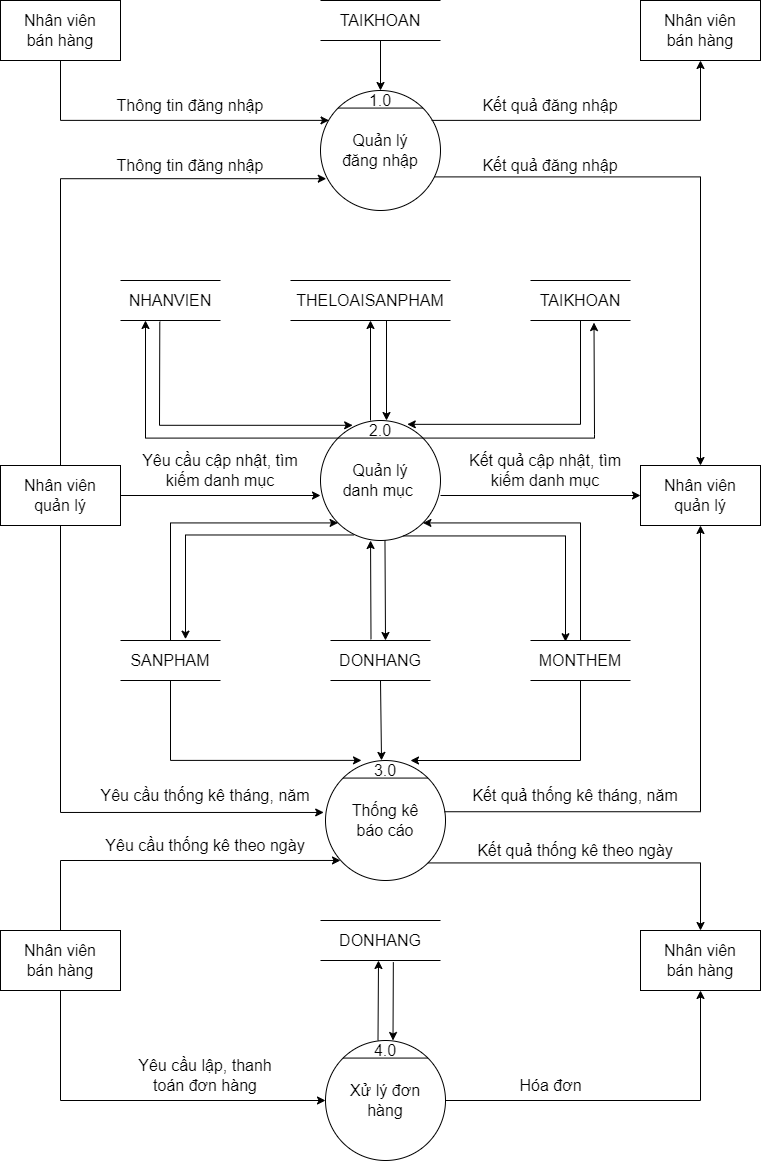
Earlier version of the draw.io export BFD&DFD/BFD&DFD mức 0, 1, 2, 3/DFD_0_Version_Final.png (hungtadasuke/CoffeShop_SoftwareTechnology). Source tidied: cells renumbered, new cells last; positions are measured from the earlier drawing's top-left corner, leaving out a move shared by most shapes.
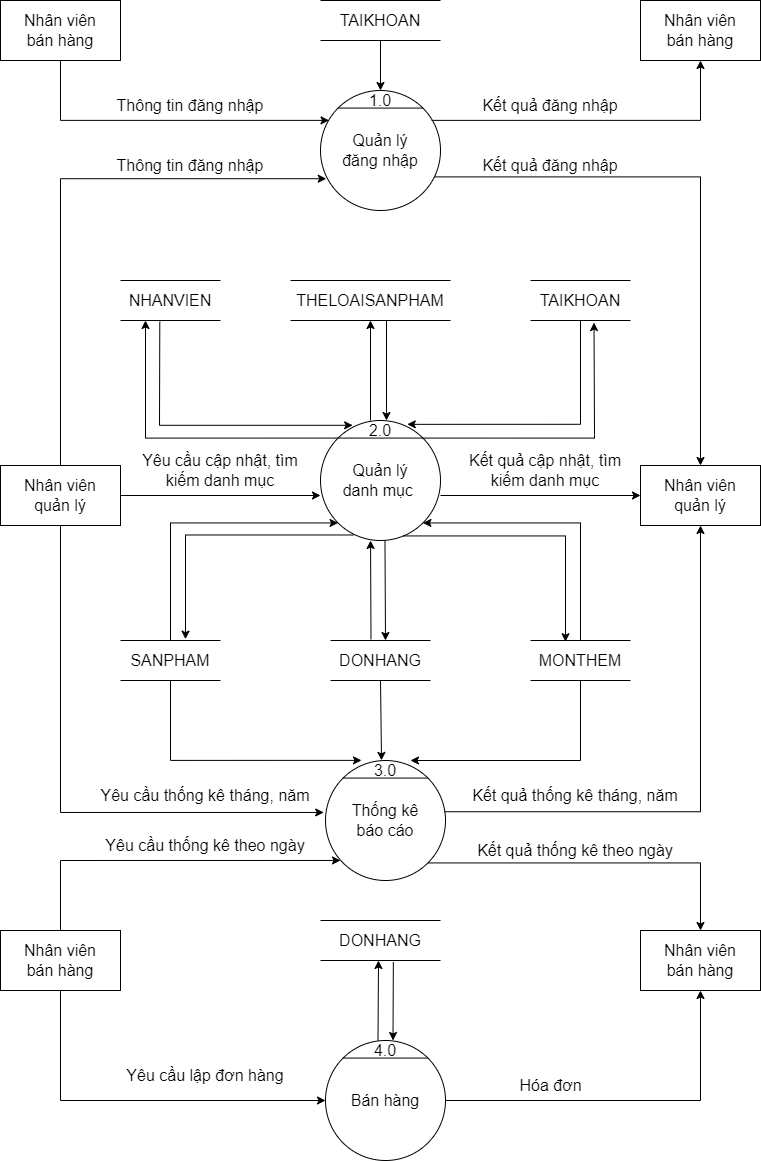
Above is the later version.

Diff of the diagram source:
```diff
@@ -38,7 +38,7 @@
     <mxCell id="13" style="endArrow=none;html=1;rounded=0;exitX=0;exitY=0;exitDx=0;exitDy=0;entryX=1;entryY=0;entryDx=0;entryDy=0;fontSize=16;" parent="1" edge="1" source="12" target="12">
       <mxGeometry relative="1" as="geometry" />
     </mxCell>
-    <mxCell id="14" value="&lt;font style=&quot;font-size: 16px&quot;&gt;Xử lý đơn hàng&lt;/font&gt;" style="text;html=1;strokeColor=none;fillColor=none;align=center;verticalAlign=middle;whiteSpace=wrap;rounded=0;fontSize=16;" parent="1" vertex="1">
+    <mxCell id="14" value="&lt;font style=&quot;font-size: 16px&quot;&gt;Bán hàng&lt;/font&gt;" style="text;html=1;strokeColor=none;fillColor=none;align=center;verticalAlign=middle;whiteSpace=wrap;rounded=0;fontSize=16;" parent="1" vertex="1">
       <mxGeometry x="345" y="1085" width="80" height="30" as="geometry" />
     </mxCell>
     <mxCell id="15" value="4.0" style="text;html=1;strokeColor=none;fillColor=none;align=center;verticalAlign=middle;whiteSpace=wrap;rounded=0;fontSize=16;" parent="1" vertex="1">
@@ -317,7 +317,7 @@
         </Array>
       </mxGeometry>
     </mxCell>
-    <mxCell id="76" value="Yêu cầu lập, thanh toán đơn hàng" style="text;html=1;strokeColor=none;fillColor=none;align=center;verticalAlign=middle;whiteSpace=wrap;rounded=0;fontSize=16;" parent="1" vertex="1">
+    <mxCell id="76" value="Yêu cầu lập đơn hàng" style="text;html=1;strokeColor=none;fillColor=none;align=center;verticalAlign=middle;whiteSpace=wrap;rounded=0;fontSize=16;" parent="1" vertex="1">
       <mxGeometry x="120" y="1060" width="170" height="30" as="geometry" />
     </mxCell>
     <mxCell id="77" value="Hóa đơn" style="text;html=1;strokeColor=none;fillColor=none;align=center;verticalAlign=middle;whiteSpace=wrap;rounded=0;fontSize=16;" parent="1" vertex="1">
```
